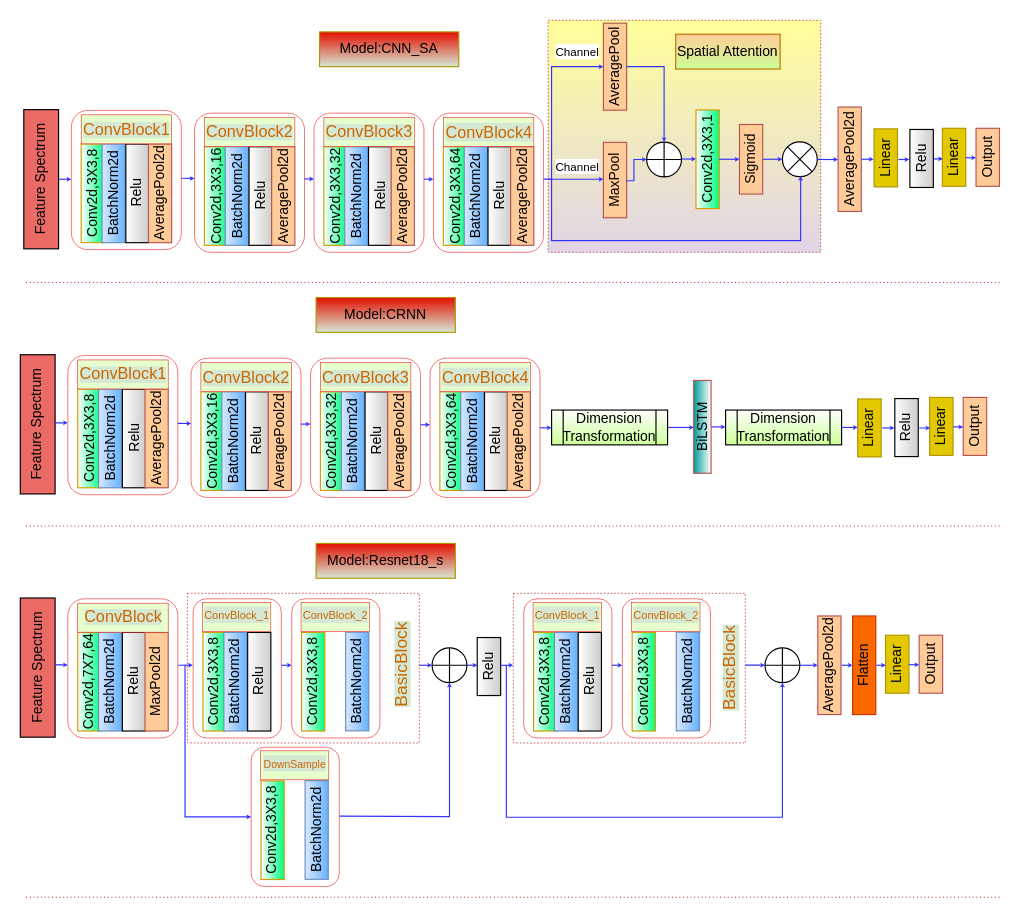
This is 模型框图.drawio from lhwjsj/Diagram, a draw.io file, before an edit. Source tidied: cells renumbered, new cells numbered last; positions are measured from the earlier drawing's top-left corner, leaving out a move shared by most shapes. Both pictures are drawn from the tidied source at 116%, with x=0, y=0 at pixel (-32, 20).
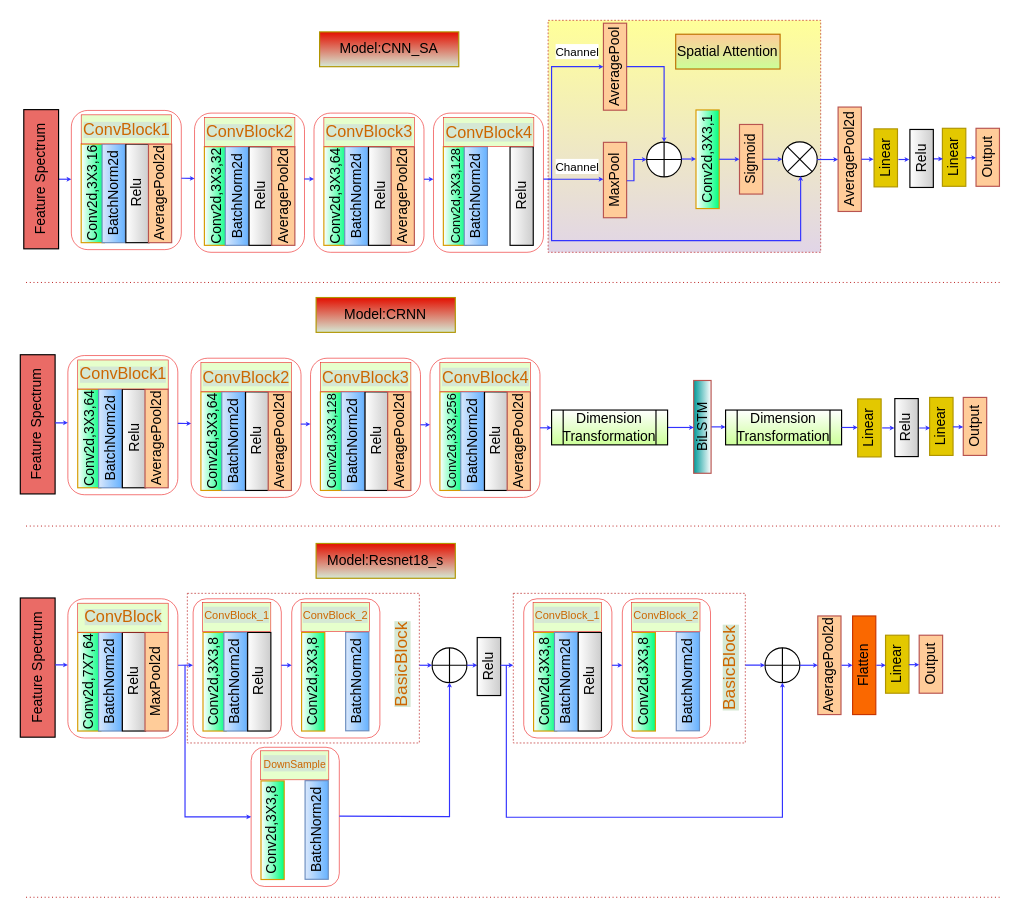
Above is the later version.

Commit message (it also covers changes not shown here):
更新模型框图.drawio

Unchanged cells that the change refers to:
```xml
<mxCell id="4" style="group;" parent="1" vertex="1">
  <mxGeometry x="83.8" y="289" width="100" height="120" as="geometry" />
</mxCell>
<mxCell id="12" style="group;" parent="1" vertex="1">
  <mxGeometry x="398.2" y="291.3" width="119" height="120" as="geometry" />
</mxCell>
<mxCell id="20" style="group;" parent="1" vertex="1">
  <mxGeometry x="190" y="291.3" width="99.5" height="120" as="geometry" />
</mxCell>
<mxCell id="29" style="group;" parent="1" vertex="1">
  <mxGeometry x="293" y="291.3" width="99.5" height="120" as="geometry" />
</mxCell>
<mxCell id="44" style="group;" parent="1" vertex="1">
  <mxGeometry x="86.8" y="77.7" width="100" height="120" as="geometry" />
</mxCell>
<mxCell id="55" style="group;" parent="1" vertex="1">
  <mxGeometry x="193" y="80" width="99.5" height="120" as="geometry" />
</mxCell>
<mxCell id="64" style="group;" parent="1" vertex="1">
  <mxGeometry x="296" y="80" width="99.5" height="120" as="geometry" />
</mxCell>
<mxCell id="73" style="group;" parent="1" vertex="1">
  <mxGeometry x="401.2" y="80" width="119" height="120" as="geometry" />
</mxCell>
```

What changed in the source:
```diff
@@
-    <mxCell id="6" value="Conv2d,3X3,8" style="rounded=0;whiteSpace=wrap;html=1;fillColor=default;strokeColor=#d79b00;gradientColor=#00FF80;rotation=-90;" parent="4" vertex="1">
+    <mxCell id="6" value="Conv2d,3X3,64" style="rounded=0;whiteSpace=wrap;html=1;fillColor=default;strokeColor=#d79b00;gradientColor=#00FF80;rotation=-90;" parent="4" vertex="1">
       <mxGeometry x="-21.8" y="61.5" width="85" height="20" as="geometry" />
     </mxCell>
@@
-    <mxCell id="14" value="Conv2d,3X3,64" style="rounded=0;whiteSpace=wrap;html=1;fillColor=default;strokeColor=#d79b00;gradientColor=#00FF80;rotation=-90;" parent="12" vertex="1">
+    <mxCell id="14" value="&lt;font style=&quot;font-size: 11px;&quot;&gt;Conv2d,3X3,256&lt;/font&gt;" style="rounded=0;whiteSpace=wrap;html=1;fillColor=default;strokeColor=#d79b00;gradientColor=#00FF80;rotation=-90;" parent="12" vertex="1">
       <mxGeometry x="-24" y="61.5" width="85" height="20" as="geometry" />
     </mxCell>
@@
-    <mxCell id="23" value="Conv2d,3X3,16" style="rounded=0;whiteSpace=wrap;html=1;fillColor=default;strokeColor=#d79b00;gradientColor=#00FF80;rotation=-90;" parent="20" vertex="1">
+    <mxCell id="23" value="Conv2d,3X3,64" style="rounded=0;whiteSpace=wrap;html=1;fillColor=default;strokeColor=#d79b00;gradientColor=#00FF80;rotation=-90;" parent="20" vertex="1">
       <mxGeometry x="-21.8" y="61.5" width="85" height="20" as="geometry" />
     </mxCell>
@@
-    <mxCell id="31" value="Conv2d,3X3,32" style="rounded=0;whiteSpace=wrap;html=1;fillColor=default;strokeColor=#d79b00;gradientColor=#00FF80;rotation=-90;" parent="29" vertex="1">
+    <mxCell id="31" value="&lt;font style=&quot;font-size: 11px;&quot;&gt;Conv2d,3X3,128&lt;/font&gt;" style="rounded=0;whiteSpace=wrap;html=1;fillColor=default;strokeColor=#d79b00;gradientColor=#00FF80;rotation=-90;" parent="29" vertex="1">
       <mxGeometry x="-21.8" y="61.5" width="85" height="20" as="geometry" />
     </mxCell>
@@
-    <mxCell id="46" value="Conv2d,3X3,8" style="rounded=0;whiteSpace=wrap;html=1;fillColor=default;strokeColor=#d79b00;gradientColor=#00FF80;rotation=-90;" parent="44" vertex="1">
+    <mxCell id="46" value="Conv2d,3X3,16" style="rounded=0;whiteSpace=wrap;html=1;fillColor=default;strokeColor=#d79b00;gradientColor=#00FF80;rotation=-90;" parent="44" vertex="1">
       <mxGeometry x="-21.8" y="61.5" width="85" height="20" as="geometry" />
     </mxCell>
@@
-    <mxCell id="57" value="Conv2d,3X3,16" style="rounded=0;whiteSpace=wrap;html=1;fillColor=default;strokeColor=#d79b00;gradientColor=#00FF80;rotation=-90;" parent="55" vertex="1">
+    <mxCell id="57" value="Conv2d,3X3,32" style="rounded=0;whiteSpace=wrap;html=1;fillColor=default;strokeColor=#d79b00;gradientColor=#00FF80;rotation=-90;" parent="55" vertex="1">
       <mxGeometry x="-21.8" y="61.5" width="85" height="20" as="geometry" />
     </mxCell>
@@
-    <mxCell id="66" value="Conv2d,3X3,32" style="rounded=0;whiteSpace=wrap;html=1;fillColor=default;strokeColor=#d79b00;gradientColor=#00FF80;rotation=-90;" parent="64" vertex="1">
+    <mxCell id="66" value="Conv2d,3X3,64" style="rounded=0;whiteSpace=wrap;html=1;fillColor=default;strokeColor=#d79b00;gradientColor=#00FF80;rotation=-90;" parent="64" vertex="1">
       <mxGeometry x="-21.8" y="61.5" width="85" height="20" as="geometry" />
     </mxCell>
@@
-    <mxCell id="75" value="Conv2d,3X3,64" style="rounded=0;whiteSpace=wrap;html=1;fillColor=default;strokeColor=#d79b00;gradientColor=#00FF80;rotation=-90;" parent="73" vertex="1">
+    <mxCell id="75" value="&lt;font style=&quot;font-size: 11px;&quot;&gt;Conv2d,3X3,128&lt;/font&gt;" style="rounded=0;whiteSpace=wrap;html=1;fillColor=default;strokeColor=#d79b00;gradientColor=#00FF80;rotation=-90;" parent="73" vertex="1">
       <mxGeometry x="-24" y="61.5" width="85" height="20" as="geometry" />
     </mxCell>
@@
     <mxCell id="77" value="Relu" style="rounded=0;whiteSpace=wrap;html=1;gradientColor=#CCCCCC;rotation=-90;" parent="73" vertex="1">
-      <mxGeometry x="14.5" y="61.5" width="85" height="20" as="geometry" />
+      <mxGeometry x="33.5" y="61.5" width="85" height="20" as="geometry" />
     </mxCell>
-    <mxCell id="78" value="AveragePool2d" style="rounded=0;whiteSpace=wrap;html=1;fillColor=#FFCC99;strokeColor=#b85450;rotation=-90;" parent="73" vertex="1">
-      <mxGeometry x="34" y="61.5" width="85" height="20" as="geometry" />
-    </mxCell>
```
